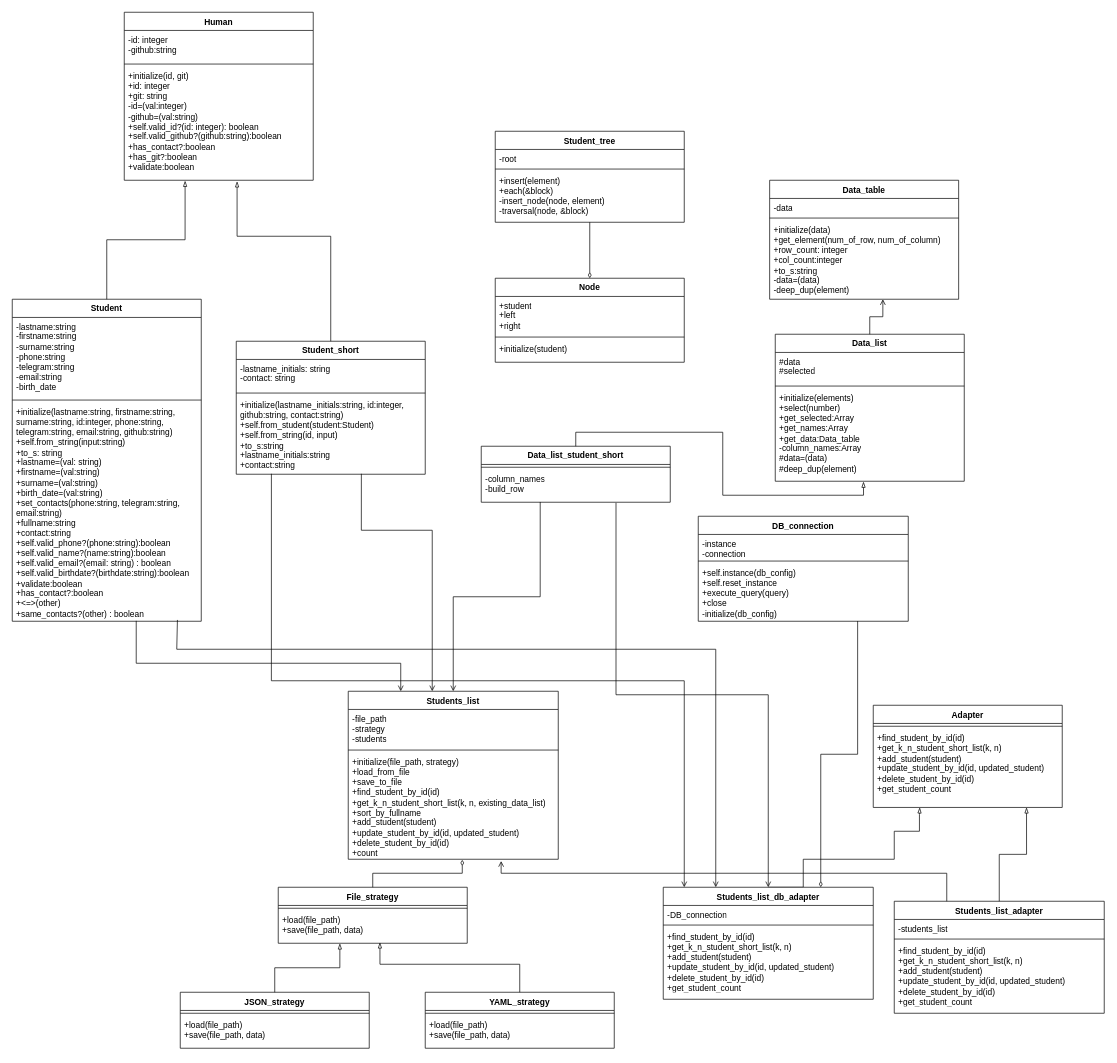
Above: Students/Students.drawio in avtss/Patterns (draw.io), before the change. Source tidied: cells renumbered, new cells numbered last; positions are measured from the earlier drawing's top-left corner, leaving out a move shared by most shapes. Both pictures are drawn from the tidied source at 70%, with x=0, y=0 at pixel (12, 12).
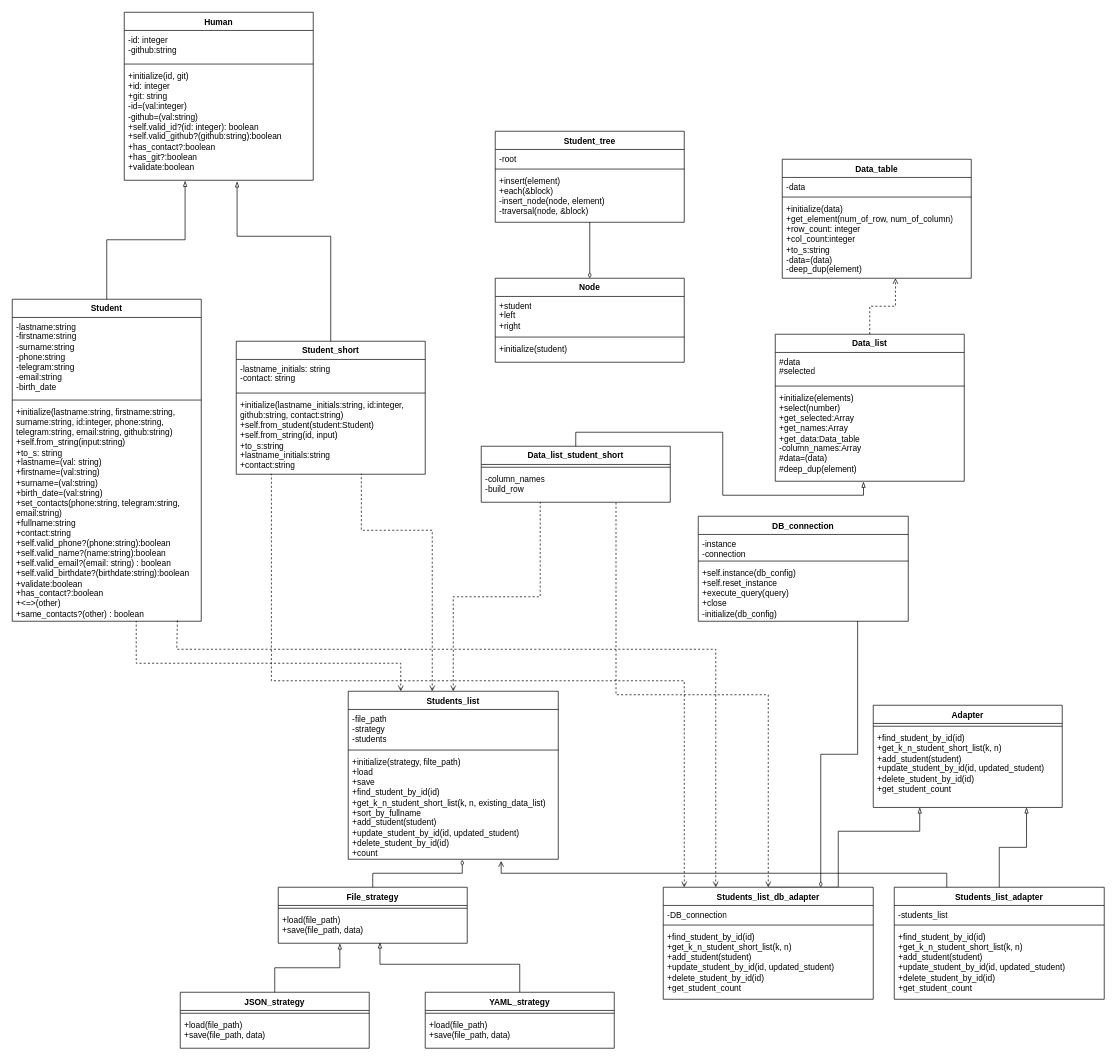
The same page after the edit.

Commit message (it also covers changes not shown here):
Lab4. Updated class diagram

The change refers to these unchanged cells:
```xml
<mxCell id="9" value="+initialize(lastname_initials:string, id:integer, github:string, contact:string)&lt;div&gt;+self.from_student(student:Student)&lt;/div&gt;&lt;div&gt;+self.from_string(id, input)&lt;/div&gt;&lt;div&gt;+to_s:string&lt;/div&gt;&lt;div&gt;+lastname_initials:string&lt;/div&gt;&lt;div&gt;+contact:string&lt;/div&gt;" style="text;strokeColor=none;fillColor=none;align=left;verticalAlign=top;spacingLeft=4;spacingRight=4;overflow=hidden;points=[[0,0.5],[1,0.5]];portConstraint=eastwest;whiteSpace=wrap;html=1;" parent="6" vertex="1">
  <mxGeometry y="78" width="270" height="112" as="geometry" />
</mxCell>
<mxCell id="13" value="+initialize(lastname:string, firstname:string, surname:string, id:integer, phone:string, telegram:string, email:string, github:string)&lt;div&gt;+self.from_string(input:string)&lt;/div&gt;&lt;div&gt;+to_s: string&lt;/div&gt;&lt;div&gt;+lastname=(val: string)&lt;/div&gt;&lt;div&gt;+firstname=(val:string)&lt;/div&gt;&lt;div&gt;+surname=(val:string)&lt;/div&gt;&lt;div&gt;+birth_date=(val:string)&lt;/div&gt;&lt;div&gt;+set_contacts(phone:string, telegram:string, email:string)&lt;/div&gt;&lt;div&gt;+fullname:string&lt;/div&gt;&lt;div&gt;+contact:string&lt;/div&gt;&lt;div&gt;&lt;div&gt;+self.valid_phone?(phone:string):boolean&lt;/div&gt;&lt;div&gt;+self.valid_name?(name:string):boolean&lt;/div&gt;&lt;div&gt;+self.valid_email?(email: string) : boolean&lt;/div&gt;&lt;/div&gt;&lt;div&gt;+self.valid_birthdate?(birthdate:string):boolean&lt;/div&gt;&lt;div&gt;+validate:boolean&lt;/div&gt;&lt;div&gt;+has_contact?:boolean&lt;/div&gt;&lt;div&gt;+&amp;lt;=&amp;gt;(other)&lt;/div&gt;&lt;div&gt;+same_contacts?(other) : boolean&lt;/div&gt;" style="text;strokeColor=none;fillColor=none;align=left;verticalAlign=top;spacingLeft=4;spacingRight=4;overflow=hidden;points=[[0,0.5],[1,0.5]];portConstraint=eastwest;whiteSpace=wrap;html=1;" parent="10" vertex="1">
  <mxGeometry y="148" width="270" height="312" as="geometry" />
</mxCell>
<mxCell id="16" value="Data_list" style="swimlane;fontStyle=1;align=center;verticalAlign=top;horizontal=1;startSize=26;whiteSpace=wrap;html=1;" parent="1" vertex="1">
  <mxGeometry x="1090" y="460" width="270" height="210" as="geometry" />
</mxCell>
<mxCell id="22" value="-column_names&lt;div&gt;-build_row&lt;/div&gt;" style="text;strokeColor=none;fillColor=none;align=left;verticalAlign=top;spacingLeft=4;spacingRight=4;overflow=hidden;points=[[0,0.5],[1,0.5]];portConstraint=eastwest;whiteSpace=wrap;html=1;" parent="20" vertex="1">
  <mxGeometry y="34" width="270" height="46" as="geometry" />
</mxCell>
<mxCell id="27" value="+initialize(data)&lt;div&gt;+get_element(num_of_row, num_of_column)&lt;/div&gt;&lt;div&gt;+row_count: integer&lt;/div&gt;&lt;div&gt;+col_count:integer&lt;/div&gt;&lt;div&gt;+to_s:string&lt;/div&gt;&lt;div&gt;-data=(data)&lt;/div&gt;&lt;div&gt;-deep_dup(element)&lt;/div&gt;" style="text;strokeColor=none;fillColor=none;align=left;verticalAlign=top;spacingLeft=4;spacingRight=4;overflow=hidden;points=[[0,0.5],[1,0.5]];portConstraint=eastwest;whiteSpace=wrap;html=1;" parent="24" vertex="1">
  <mxGeometry y="58" width="270" height="112" as="geometry" />
</mxCell>
<mxCell id="28" value="Students_list" style="swimlane;fontStyle=1;align=center;verticalAlign=top;horizontal=1;startSize=26;whiteSpace=wrap;html=1;" parent="1" vertex="1">
  <mxGeometry x="480" y="970" width="300" height="240" as="geometry" />
</mxCell>
<mxCell id="55" value="+find_student_by_id(id)&lt;div&gt;+get_k_n_student_short_list(k, n)&lt;/div&gt;&lt;div&gt;+add_student(student)&lt;/div&gt;&lt;div&gt;+update_student_by_id(id, updated_student)&lt;/div&gt;&lt;div&gt;+delete_student_by_id(id)&lt;/div&gt;&lt;div&gt;+get_student_count&lt;/div&gt;" style="text;strokeColor=none;fillColor=none;align=left;verticalAlign=top;spacingLeft=4;spacingRight=4;overflow=hidden;points=[[0,0.5],[1,0.5]];portConstraint=eastwest;whiteSpace=wrap;html=1;" parent="53" vertex="1">
  <mxGeometry y="34" width="270" height="112" as="geometry" />
</mxCell>
<mxCell id="57" value="Students_list_db_adapter" style="swimlane;fontStyle=1;align=center;verticalAlign=top;horizontal=1;startSize=26;whiteSpace=wrap;html=1;" parent="1" vertex="1">
  <mxGeometry x="930" y="1250" width="300" height="160" as="geometry" />
</mxCell>
```

What changed in the source:
```diff
@@
     <mxCell id="24" value="Data_table" style="swimlane;fontStyle=1;align=center;verticalAlign=top;horizontal=1;startSize=26;whiteSpace=wrap;html=1;" parent="1" vertex="1">
-      <mxGeometry x="1082" y="240" width="270" height="170" as="geometry" />
+      <mxGeometry x="1100" y="210" width="270" height="170" as="geometry" />
     </mxCell>
@@
-    <mxCell id="31" value="+initialize(file_path, strategy)&lt;div&gt;+load_from_file&lt;/div&gt;&lt;div&gt;+save_to_file&lt;/div&gt;&lt;div&gt;+find_student_by_id(id)&lt;/div&gt;&lt;div&gt;+get_k_n_student_short_list(k, n, existing_data_list)&lt;/div&gt;&lt;div&gt;+sort_by_fullname&lt;/div&gt;&lt;div&gt;+add_student(student)&lt;/div&gt;&lt;div&gt;+update_student_by_id(id, updated_student)&lt;/div&gt;&lt;div&gt;+delete_student_by_id(id)&lt;/div&gt;&lt;div&gt;+count&lt;/div&gt;" style="text;strokeColor=none;fillColor=none;align=left;verticalAlign=top;spacingLeft=4;spacingRight=4;overflow=hidden;points=[[0,0.5],[1,0.5]];portConstraint=eastwest;whiteSpace=wrap;html=1;" parent="28" vertex="1">
+    <mxCell id="31" value="+initialize(strategy, filte_path)&lt;div&gt;+load&lt;/div&gt;&lt;div&gt;+save&lt;/div&gt;&lt;div&gt;+find_student_by_id(id)&lt;/div&gt;&lt;div&gt;+get_k_n_student_short_list(k, n, existing_data_list)&lt;/div&gt;&lt;div&gt;+sort_by_fullname&lt;/div&gt;&lt;div&gt;+add_student(student)&lt;/div&gt;&lt;div&gt;+update_student_by_id(id, updated_student)&lt;/div&gt;&lt;div&gt;+delete_student_by_id(id)&lt;/div&gt;&lt;div&gt;+count&lt;/div&gt;" style="text;strokeColor=none;fillColor=none;align=left;verticalAlign=top;spacingLeft=4;spacingRight=4;overflow=hidden;points=[[0,0.5],[1,0.5]];portConstraint=eastwest;whiteSpace=wrap;html=1;" parent="28" vertex="1">
       <mxGeometry y="88" width="300" height="152" as="geometry" />
     </mxCell>
@@
-    <mxCell id="52" style="edgeStyle=orthogonalEdgeStyle;rounded=0;jettySize=auto;html=1;endArrow=none;endFill=0;exitX=0.25;exitY=0;exitDx=0;exitDy=0;startArrow=open;startFill=0;entryX=0.874;entryY=0.994;entryDx=0;entryDy=0;entryPerimeter=0;" parent="1" edge="1" source="57" target="13">
+    <mxCell id="52" style="edgeStyle=orthogonalEdgeStyle;rounded=0;jettySize=auto;html=1;endArrow=none;endFill=0;exitX=0.25;exitY=0;exitDx=0;exitDy=0;startArrow=open;startFill=0;entryX=0.874;entryY=0.994;entryDx=0;entryDy=0;entryPerimeter=0;dashed=1;" parent="1" edge="1" source="57" target="13">
       <mxGeometry relative="1" as="geometry">
         <Array as="points">
           <mxPoint x="1005" y="910" />
           <mxPoint x="235" y="910" />
         </Array>
       </mxGeometry>
     </mxCell>
@@
     <mxCell id="56" style="edgeStyle=orthogonalEdgeStyle;rounded=0;jettySize=auto;html=1;exitX=0.5;exitY=0;exitDx=0;exitDy=0;entryX=0.246;entryY=1;entryDx=0;entryDy=0;entryPerimeter=0;endArrow=blockThin;endFill=0;" parent="1" edge="1" source="57" target="55">
       <mxGeometry relative="1" as="geometry">
         <Array as="points">
-          <mxPoint x="1130" y="1250" />
-          <mxPoint x="1130" y="1210" />
-          <mxPoint x="1260" y="1210" />
-          <mxPoint x="1260" y="1170" />
+          <mxPoint x="1180" y="1250" />
+          <mxPoint x="1180" y="1170" />
           <mxPoint x="1296" y="1170" />
-          <mxPoint x="1296" y="1146" />
         </Array>
       </mxGeometry>
     </mxCell>
@@
     <mxCell id="61" value="Students_list_adapter" style="swimlane;fontStyle=1;align=center;verticalAlign=top;horizontal=1;startSize=26;whiteSpace=wrap;html=1;" parent="1" vertex="1">
-      <mxGeometry x="1260" y="1270" width="300" height="160" as="geometry" />
+      <mxGeometry x="1260" y="1250" width="300" height="160" as="geometry" />
     </mxCell>
@@
-    <mxCell id="66" style="edgeStyle=orthogonalEdgeStyle;rounded=0;jettySize=auto;html=1;entryX=0.713;entryY=1.018;entryDx=0;entryDy=0;entryPerimeter=0;endArrow=none;endFill=0;startArrow=open;startFill=0;exitX=0.5;exitY=0;exitDx=0;exitDy=0;" parent="1" edge="1" source="57" target="22">
+    <mxCell id="66" style="edgeStyle=orthogonalEdgeStyle;rounded=0;jettySize=auto;html=1;entryX=0.713;entryY=1.018;entryDx=0;entryDy=0;entryPerimeter=0;endArrow=none;endFill=0;startArrow=open;startFill=0;exitX=0.5;exitY=0;exitDx=0;exitDy=0;dashed=1;" parent="1" edge="1" source="57" target="22">
       <mxGeometry relative="1" as="geometry" />
     </mxCell>
-    <mxCell id="67" style="edgeStyle=orthogonalEdgeStyle;rounded=0;jettySize=auto;html=1;exitX=0.5;exitY=0;exitDx=0;exitDy=0;entryX=0.312;entryY=0.992;entryDx=0;entryDy=0;entryPerimeter=0;endArrow=none;endFill=0;startArrow=open;startFill=0;" parent="1" edge="1" source="28" target="22">
+    <mxCell id="67" style="edgeStyle=orthogonalEdgeStyle;rounded=0;jettySize=auto;html=1;exitX=0.5;exitY=0;exitDx=0;exitDy=0;entryX=0.312;entryY=0.992;entryDx=0;entryDy=0;entryPerimeter=0;endArrow=none;endFill=0;startArrow=open;startFill=0;dashed=1;" parent="1" edge="1" source="28" target="22">
       <mxGeometry relative="1" as="geometry" />
     </mxCell>
@@
-    <mxCell id="69" style="edgeStyle=orthogonalEdgeStyle;rounded=0;jettySize=auto;html=1;exitX=0.5;exitY=0;exitDx=0;exitDy=0;entryX=0.599;entryY=1;entryDx=0;entryDy=0;entryPerimeter=0;endArrow=open;endFill=0;" parent="1" edge="1" source="16" target="27">
+    <mxCell id="69" style="edgeStyle=orthogonalEdgeStyle;rounded=0;jettySize=auto;html=1;exitX=0.5;exitY=0;exitDx=0;exitDy=0;entryX=0.599;entryY=1;entryDx=0;entryDy=0;entryPerimeter=0;endArrow=open;endFill=0;dashed=1;" parent="1" edge="1" source="16" target="27">
       <mxGeometry relative="1" as="geometry" />
     </mxCell>
-    <mxCell id="70" style="edgeStyle=orthogonalEdgeStyle;rounded=0;jettySize=auto;html=1;exitX=0.25;exitY=0;exitDx=0;exitDy=0;entryX=0.656;entryY=0.998;entryDx=0;entryDy=0;entryPerimeter=0;endArrow=none;endFill=0;startArrow=open;startFill=0;" parent="1" edge="1" source="28" target="13">
+    <mxCell id="70" style="edgeStyle=orthogonalEdgeStyle;rounded=0;jettySize=auto;html=1;exitX=0.25;exitY=0;exitDx=0;exitDy=0;entryX=0.656;entryY=0.998;entryDx=0;entryDy=0;entryPerimeter=0;endArrow=none;endFill=0;startArrow=open;startFill=0;dashed=1;" parent="1" edge="1" source="28" target="13">
       <mxGeometry relative="1" as="geometry">
         <Array as="points">
           <mxPoint x="555" y="930" />
           <mxPoint x="177" y="930" />
         </Array>
       </mxGeometry>
     </mxCell>
-    <mxCell id="71" style="edgeStyle=orthogonalEdgeStyle;rounded=0;jettySize=auto;html=1;entryX=0.662;entryY=0.994;entryDx=0;entryDy=0;entryPerimeter=0;endArrow=none;endFill=0;startArrow=open;startFill=0;" parent="1" edge="1" source="28" target="9">
+    <mxCell id="71" style="edgeStyle=orthogonalEdgeStyle;rounded=0;jettySize=auto;html=1;entryX=0.662;entryY=0.994;entryDx=0;entryDy=0;entryPerimeter=0;endArrow=none;endFill=0;startArrow=open;startFill=0;dashed=1;" parent="1" edge="1" source="28" target="9">
       <mxGeometry relative="1" as="geometry">
         <Array as="points">
           <mxPoint x="600" y="740" />
           <mxPoint x="499" y="740" />
         </Array>
       </mxGeometry>
     </mxCell>
-    <mxCell id="72" style="edgeStyle=orthogonalEdgeStyle;rounded=0;jettySize=auto;html=1;exitX=0.1;exitY=0;exitDx=0;exitDy=0;entryX=0.186;entryY=0.994;entryDx=0;entryDy=0;entryPerimeter=0;endArrow=none;endFill=0;exitPerimeter=0;startArrow=open;startFill=0;" parent="1" edge="1" source="57" target="9">
+    <mxCell id="72" style="edgeStyle=orthogonalEdgeStyle;rounded=0;jettySize=auto;html=1;exitX=0.1;exitY=0;exitDx=0;exitDy=0;entryX=0.186;entryY=0.994;entryDx=0;entryDy=0;entryPerimeter=0;endArrow=none;endFill=0;exitPerimeter=0;startArrow=open;startFill=0;dashed=1;" parent="1" edge="1" source="57" target="9">
       <mxGeometry relative="1" as="geometry" />
     </mxCell>
```
